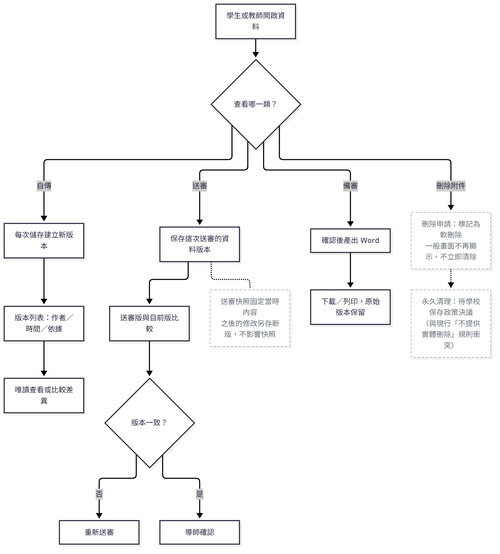
Above: docs/images/D-40-version-history-download-flow.png in 111534107/smart-learning-portfolio-main (Mermaid), before the change. Its source is kept beside it as docs/images/D-40-version-history-download-flow.mmd.
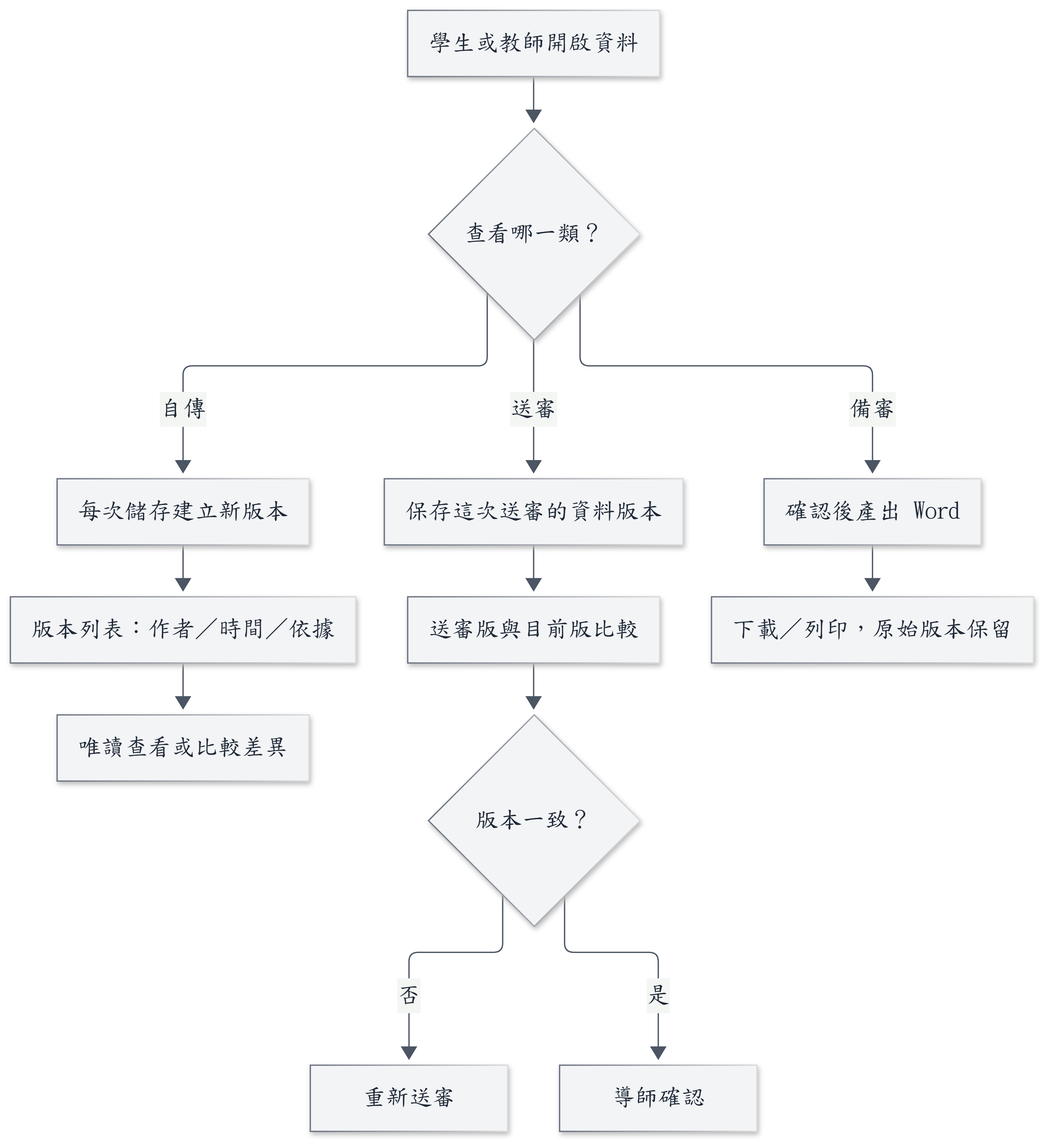
After the change.

What changed in the source:
```diff
@@ -10,7 +10,3 @@
   H -- 是 --> J[導師確認]
   B -- 備審 --> K[確認後產出 Word]
   K --> L[下載／列印，原始版本保留]
-  B -- 刪除附件 --> M[刪除申請：標記為軟刪除<br/>一般畫面不再顯示，不立即清除]:::pending
-  M -.-> N[永久清理：待學校保存政策決議<br/>（與現行「不提供實體刪除」規則衝突）]:::pending
-  F -.- O[送審快照固定當時內容<br/>之後的修改另存新版，不影響快照]:::pending
-  classDef pending fill:#FFFFFF,stroke:#9CA3AF,color:#6B7280,stroke-width:1px,stroke-dasharray:5 3;
```
